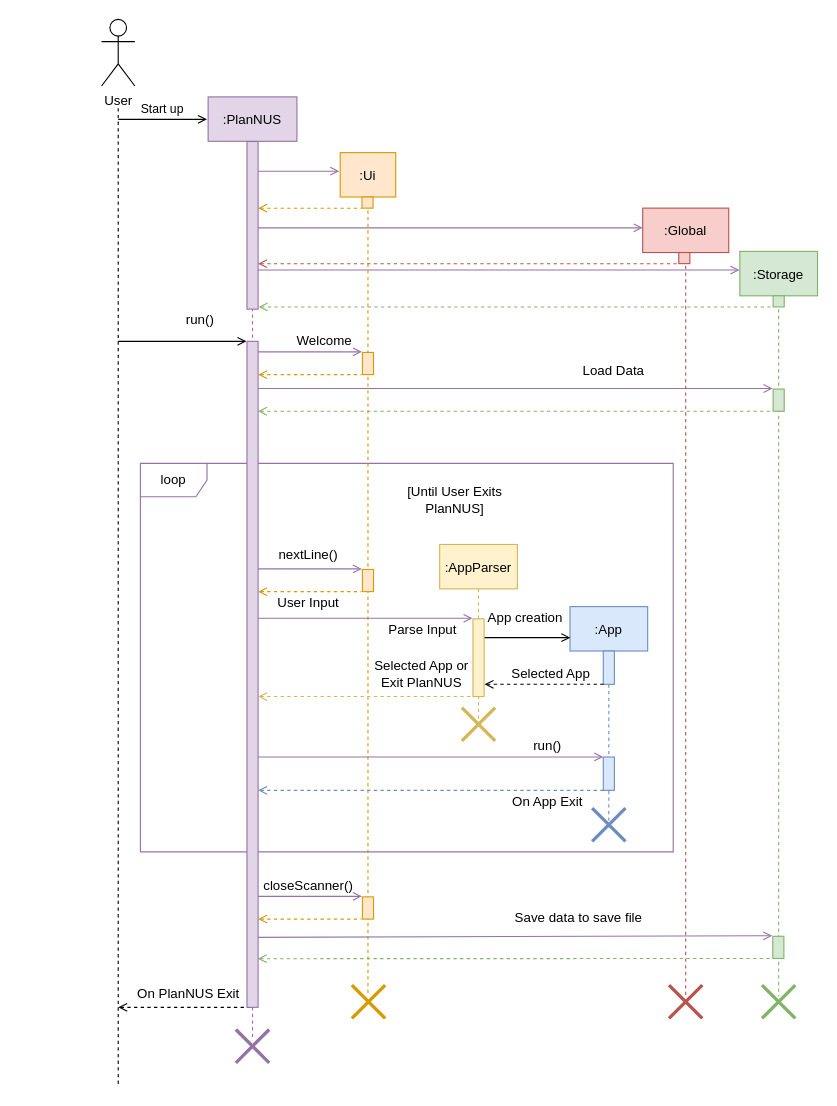
Before: docs/base/Packages Interaction.drawio in vanessa-kang/tp, a draw.io diagram. Source tidied: cells renumbered, new cells numbered last; positions are measured from the earlier drawing's top-left corner, leaving out a move shared by most shapes. Both pictures are drawn from the tidied source at 111%, with x=0, y=0 at pixel (101, 19).
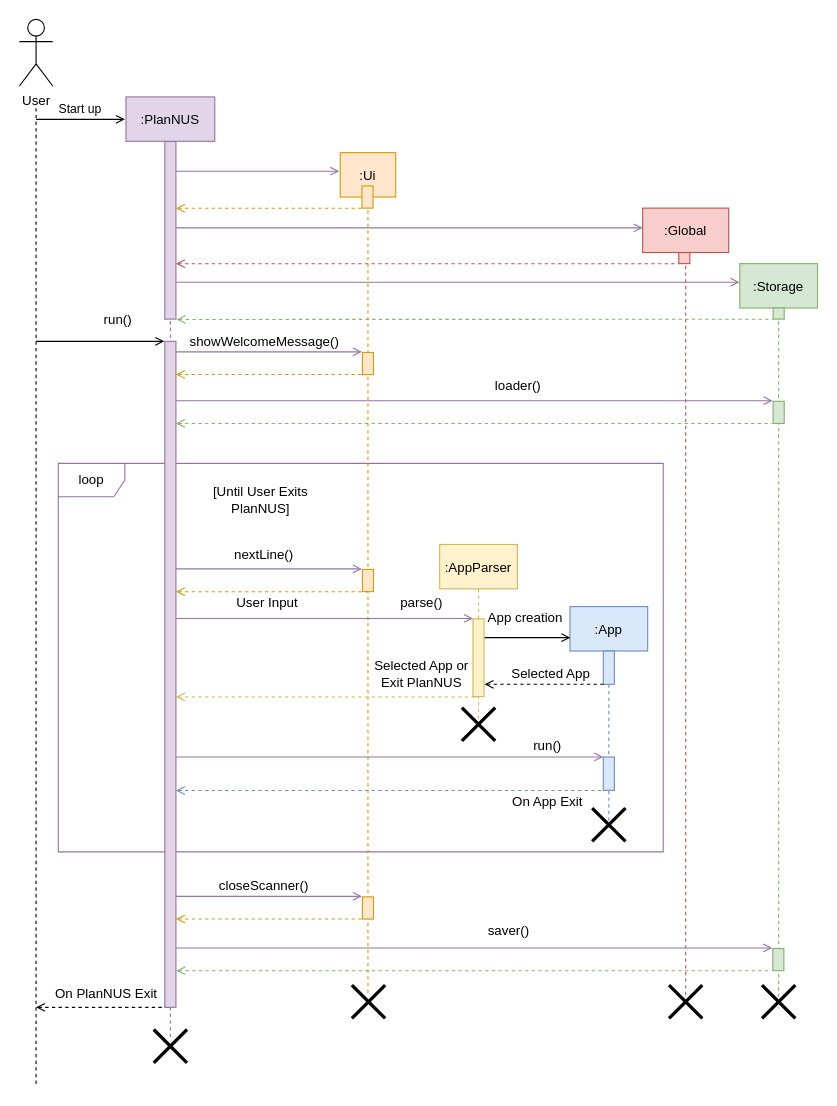
The same page after the edit.

The change refers to these unchanged cells:
```xml
<mxCell id="7" value=":Ui" style="shape=umlLifeline;perimeter=lifelinePerimeter;rounded=0;shadow=0;strokeWidth=1;fillColor=#ffe6cc;strokeColor=#d79b00;" parent="1" vertex="1">
  <mxGeometry x="215" y="120" width="50" height="760" as="geometry" />
</mxCell>
<mxCell id="13" style="points=[];perimeter=orthogonalPerimeter;rounded=0;shadow=0;strokeWidth=1;fillColor=#d5e8d4;strokeColor=#82b366;" parent="12" vertex="1">
  <mxGeometry x="30" y="40" width="10" height="10" as="geometry" />
</mxCell>
<mxCell id="16" style="points=[];perimeter=orthogonalPerimeter;rounded=0;shadow=0;strokeWidth=1;fillColor=#d5e8d4;strokeColor=#82b366;" parent="12" vertex="1">
  <mxGeometry x="29.7" y="617" width="10" height="20" as="geometry" />
</mxCell>
<mxCell id="28" value=":AppParser" style="shape=umlLifeline;perimeter=lifelinePerimeter;rounded=0;shadow=0;strokeWidth=1;fillColor=#fff2cc;strokeColor=#d6b656;" parent="1" vertex="1">
  <mxGeometry x="304.6" y="473" width="70" height="157" as="geometry" />
</mxCell>
<mxCell id="36" style="points=[];perimeter=orthogonalPerimeter;rounded=0;shadow=0;strokeWidth=1;fillColor=#fff2cc;strokeColor=#d6b656;" parent="1" vertex="1">
  <mxGeometry x="334.6" y="540" width="10" height="70" as="geometry" />
</mxCell>
<mxCell id="44" style="points=[];perimeter=orthogonalPerimeter;rounded=0;shadow=0;strokeWidth=1;fillColor=#dae8fc;strokeColor=#6c8ebf;" parent="1" vertex="1">
  <mxGeometry x="452" y="664.5" width="10" height="30" as="geometry" />
</mxCell>
<mxCell id="48" style="points=[];perimeter=orthogonalPerimeter;rounded=0;shadow=0;strokeWidth=1;fillColor=#ffe6cc;strokeColor=#d79b00;" parent="1" vertex="1">
  <mxGeometry x="235" y="495.5" width="10" height="20" as="geometry" />
</mxCell>
<mxCell id="54" style="points=[];perimeter=orthogonalPerimeter;rounded=0;shadow=0;strokeWidth=1;fillColor=#ffe6cc;strokeColor=#d79b00;" parent="1" vertex="1">
  <mxGeometry x="235" y="790.5" width="10" height="20" as="geometry" />
</mxCell>
```

Change to the diagram source:
```diff
@@
     <mxCell id="2" value="loop" style="shape=umlFrame;whiteSpace=wrap;html=1;strokeColor=#9673A6;fillColor=none;fontColor=#000000;" parent="1" vertex="1">
-      <mxGeometry x="35" y="400" width="480" height="350" as="geometry" />
+      <mxGeometry x="-39" y="400" width="545" height="350" as="geometry" />
     </mxCell>
@@
     <mxCell id="5" style="endArrow=none;dashed=1;html=1;" parent="1" edge="1">
       <mxGeometry relative="1" as="geometry">
-        <mxPoint x="15" y="80" as="sourcePoint" />
-        <mxPoint x="15" y="960" as="targetPoint" />
+        <mxPoint x="-59" y="80" as="sourcePoint" />
+        <mxPoint x="-59" y="960" as="targetPoint" />
       </mxGeometry>
     </mxCell>
     <mxCell id="6" value=":PlanNUS" style="shape=umlLifeline;perimeter=lifelinePerimeter;rounded=0;shadow=0;strokeWidth=1;fillColor=#e1d5e7;strokeColor=#9673a6;" parent="1" vertex="1">
-      <mxGeometry x="96" y="69.8" width="80" height="850.2" as="geometry" />
+      <mxGeometry x="22" y="69.8" width="80" height="850.2" as="geometry" />
     </mxCell>
@@
     <mxCell id="8" value="User" style="shape=umlActor;verticalLabelPosition=bottom;verticalAlign=top;html=1;" parent="1" vertex="1">
-      <mxGeometry width="30" height="60" as="geometry" />
+      <mxGeometry x="-74" width="30" height="60" as="geometry" />
     </mxCell>
@@
     <mxCell id="12" value=":Storage" style="shape=umlLifeline;perimeter=lifelinePerimeter;rounded=0;shadow=0;strokeWidth=1;fillColor=#d5e8d4;strokeColor=#82b366;" parent="1" vertex="1">
-      <mxGeometry x="575" y="209" width="70" height="671" as="geometry" />
+      <mxGeometry x="575" y="220" width="70" height="671" as="geometry" />
     </mxCell>
@@
-    <mxCell id="17" style="endArrow=none;html=1;strokeWidth=1;anchorPointDirection=0;endFill=0;entryX=-0.048;entryY=-0.025;entryDx=0;entryDy=0;entryPerimeter=0;endSize=6;startSize=6;snapToPoint=1;startArrow=open;startFill=0;dashed=1;fillColor=#d5e8d4;strokeColor=#82b366;exitX=1.002;exitY=0.896;exitDx=0;exitDy=0;exitPerimeter=0;" parent="12" edge="1">
+    <mxCell id="17" style="endArrow=none;html=1;strokeWidth=1;anchorPointDirection=0;endFill=0;entryX=-0.048;entryY=-0.025;entryDx=0;entryDy=0;entryPerimeter=0;endSize=6;startSize=6;snapToPoint=1;startArrow=open;startFill=0;dashed=1;fillColor=#d5e8d4;strokeColor=#82b366;exitX=1.035;exitY=0.945;exitDx=0;exitDy=0;exitPerimeter=0;" parent="12" edge="1" source="64">
       <mxGeometry relative="1" as="geometry">
-        <mxPoint x="-434.3" y="637.2" as="sourcePoint" />
         <mxPoint x="28.8" y="637" as="targetPoint" />
       </mxGeometry>
     </mxCell>
@@
-    <mxCell id="19" style="endArrow=none;dashed=1;html=1;strokeWidth=1;entryX=-0.003;entryY=1.008;entryDx=0;entryDy=0;entryPerimeter=0;startArrow=open;startFill=0;anchorPointDirection=0;fillColor=#d5e8d4;strokeColor=#82b366;exitX=1.049;exitY=0.987;exitDx=0;exitDy=0;exitPerimeter=0;" parent="1" edge="1" source="20" target="13">
+    <mxCell id="19" style="endArrow=none;dashed=1;html=1;strokeWidth=1;entryX=-0.003;entryY=1.008;entryDx=0;entryDy=0;entryPerimeter=0;startArrow=open;startFill=0;anchorPointDirection=0;fillColor=#d5e8d4;strokeColor=#82b366;exitX=1.057;exitY=1.002;exitDx=0;exitDy=0;exitPerimeter=0;" parent="1" edge="1" source="20" target="13">
       <mxGeometry relative="1" as="geometry" />
     </mxCell>
     <mxCell id="20" style="points=[];perimeter=orthogonalPerimeter;rounded=0;shadow=0;strokeWidth=1;fillColor=#E1D5E7;strokeColor=#9673A6;fontColor=#9673A6;" parent="1" vertex="1">
-      <mxGeometry x="131" y="110" width="10" height="151" as="geometry" />
+      <mxGeometry x="57" y="110" width="10" height="160" as="geometry" />
     </mxCell>
     <mxCell id="21" value="Start up" style="verticalAlign=bottom;startArrow=none;endArrow=open;startSize=8;shadow=0;strokeWidth=1;startFill=0;endFill=0;labelBackgroundColor=none;" parent="1" edge="1">
-      <mxGeometry x="250" y="91" as="geometry">
-        <mxPoint x="15" y="90" as="sourcePoint" />
-        <mxPoint x="95" y="90" as="targetPoint" />
+      <mxGeometry x="195" y="91" as="geometry">
+        <mxPoint x="-59" y="90" as="sourcePoint" />
+        <mxPoint x="21" y="90" as="targetPoint" />
       </mxGeometry>
     </mxCell>
     <mxCell id="22" style="endArrow=open;html=1;strokeWidth=1;entryX=-0.045;entryY=0;entryDx=0;entryDy=0;entryPerimeter=0;arcSize=20;endFill=0;fillColor=#e1d5e7;" parent="1" edge="1" target="64">
       <mxGeometry relative="1" as="geometry">
-        <mxPoint x="15" y="290" as="sourcePoint" />
+        <mxPoint x="-59" y="290" as="sourcePoint" />
       </mxGeometry>
     </mxCell>
-    <mxCell id="23" style="endArrow=none;html=1;strokeWidth=1;anchorPointDirection=0;endFill=0;entryX=-0.048;entryY=-0.025;entryDx=0;entryDy=0;entryPerimeter=0;endSize=6;startSize=6;snapToPoint=1;startArrow=open;startFill=0;dashed=1;fillColor=#ffe6cc;strokeColor=#d79b00;" parent="1" edge="1" source="64">
-      <mxGeometry relative="1" as="geometry">
-        <mxPoint x="234.1" y="320" as="targetPoint" />
-      </mxGeometry>
+    <mxCell id="23" style="endArrow=none;html=1;strokeWidth=1;anchorPointDirection=0;endFill=0;entryX=0.536;entryY=0.263;entryDx=0;entryDy=0;entryPerimeter=0;endSize=6;startSize=6;snapToPoint=1;startArrow=open;startFill=0;dashed=1;fillColor=#ffe6cc;strokeColor=#d79b00;" parent="1" edge="1" source="64" target="7">
+      <mxGeometry relative="1" as="geometry" />
     </mxCell>
-    <mxCell id="24" value="Welcome" style="text;html=1;strokeColor=none;fillColor=none;align=center;verticalAlign=middle;whiteSpace=wrap;rounded=0;" parent="1" vertex="1">
-      <mxGeometry x="176" y="280" width="50" height="20" as="geometry" />
+    <mxCell id="24" value="showWelcomeMessage()" style="text;html=1;strokeColor=none;fillColor=none;align=center;verticalAlign=middle;whiteSpace=wrap;rounded=0;" parent="1" vertex="1">
+      <mxGeometry x="67" y="281" width="159.5" height="20" as="geometry" />
     </mxCell>
-    <mxCell id="25" value="Load Data" style="text;html=1;strokeColor=none;fillColor=none;align=center;verticalAlign=middle;whiteSpace=wrap;rounded=0;" parent="1" vertex="1">
-      <mxGeometry x="431" y="307" width="61" height="20" as="geometry" />
+    <mxCell id="25" value="loader()" style="text;html=1;strokeColor=none;fillColor=none;align=center;verticalAlign=middle;whiteSpace=wrap;rounded=0;" parent="1" vertex="1">
+      <mxGeometry x="344.6" y="320" width="61" height="20" as="geometry" />
     </mxCell>
     <mxCell id="26" value="nextLine()" style="text;html=1;strokeColor=none;fillColor=none;align=center;verticalAlign=middle;whiteSpace=wrap;rounded=0;" parent="1" vertex="1">
-      <mxGeometry x="158" y="473" width="57" height="20" as="geometry" />
+      <mxGeometry x="118.2" y="473" width="57" height="20" as="geometry" />
     </mxCell>
     <mxCell id="27" value="User Input" style="text;html=1;strokeColor=none;fillColor=none;align=center;verticalAlign=middle;whiteSpace=wrap;rounded=0;" parent="1" vertex="1">
-      <mxGeometry x="155" y="515.5" width="63" height="20" as="geometry" />
+      <mxGeometry x="118.2" y="515.5" width="63" height="20" as="geometry" />
     </mxCell>
@@
-    <mxCell id="29" value="Parse Input" style="text;html=1;strokeColor=none;fillColor=none;align=center;verticalAlign=middle;whiteSpace=wrap;rounded=0;" parent="1" vertex="1">
-      <mxGeometry x="255.5" y="540" width="67" height="20" as="geometry" />
+    <mxCell id="29" value="parse()" style="text;html=1;strokeColor=none;fillColor=none;align=center;verticalAlign=middle;whiteSpace=wrap;rounded=0;" parent="1" vertex="1">
+      <mxGeometry x="255" y="515.5" width="67" height="20" as="geometry" />
     </mxCell>
@@
-    <mxCell id="31" style="endArrow=open;html=1;strokeWidth=1;anchorPointDirection=0;endFill=0;endSize=6;startSize=6;snapToPoint=1;fillColor=#e1d5e7;strokeColor=#9673a6;" parent="1" edge="1" source="64">
-      <mxGeometry relative="1" as="geometry">
-        <mxPoint x="334.2" y="539.5" as="targetPoint" />
-      </mxGeometry>
+    <mxCell id="31" style="endArrow=open;html=1;strokeWidth=1;anchorPointDirection=0;endFill=0;endSize=6;startSize=6;snapToPoint=1;fillColor=#e1d5e7;strokeColor=#9673a6;entryX=0.003;entryY=-0.005;entryDx=0;entryDy=0;entryPerimeter=0;" parent="1" edge="1" source="64" target="36">
+      <mxGeometry relative="1" as="geometry" />
     </mxCell>
@@
-    <mxCell id="37" style="endArrow=none;html=1;strokeWidth=1;anchorPointDirection=0;endFill=0;entryX=-0.048;entryY=-0.025;entryDx=0;entryDy=0;entryPerimeter=0;endSize=6;startSize=6;snapToPoint=1;startArrow=open;startFill=0;dashed=1;fillColor=#fff2cc;strokeColor=#d6b656;" parent="1" edge="1" source="64">
-      <mxGeometry x="430" y="420" as="geometry">
-        <mxPoint x="333.8" y="610" as="targetPoint" />
-      </mxGeometry>
+    <mxCell id="37" style="endArrow=none;html=1;strokeWidth=1;anchorPointDirection=0;endFill=0;entryX=0.491;entryY=0.875;entryDx=0;entryDy=0;entryPerimeter=0;endSize=6;startSize=6;snapToPoint=1;startArrow=open;startFill=0;dashed=1;fillColor=#fff2cc;strokeColor=#d6b656;" parent="1" edge="1" source="64" target="28">
+      <mxGeometry x="375" y="420" as="geometry" />
     </mxCell>
@@
-    <mxCell id="39" style="endArrow=none;html=1;strokeWidth=1;anchorPointDirection=0;endFill=0;entryX=-0.048;entryY=-0.025;entryDx=0;entryDy=0;entryPerimeter=0;endSize=6;startSize=6;snapToPoint=1;startArrow=open;startFill=0;dashed=1;fillColor=#dae8fc;strokeColor=#6c8ebf;" parent="1" edge="1" source="64">
-      <mxGeometry relative="1" as="geometry">
-        <mxPoint x="453.3" y="694.5" as="targetPoint" />
-      </mxGeometry>
+    <mxCell id="39" style="endArrow=none;html=1;strokeWidth=1;anchorPointDirection=0;endFill=0;entryX=0.6;entryY=1.006;entryDx=0;entryDy=0;entryPerimeter=0;endSize=6;startSize=6;snapToPoint=1;startArrow=open;startFill=0;dashed=1;fillColor=#dae8fc;strokeColor=#6c8ebf;" parent="1" edge="1" source="64" target="44">
+      <mxGeometry relative="1" as="geometry" />
     </mxCell>
@@
     <mxCell id="43" style="endArrow=none;html=1;strokeWidth=1;anchorPointDirection=0;endFill=0;entryX=-0.048;entryY=-0.025;entryDx=0;entryDy=0;entryPerimeter=0;endSize=6;startSize=6;snapToPoint=1;startArrow=open;startFill=0;dashed=1;" parent="1" edge="1">
-      <mxGeometry x="547" y="549" as="geometry">
+      <mxGeometry x="566" y="549" as="geometry">
         <mxPoint x="345" y="599" as="sourcePoint" />
         <mxPoint x="453.6" y="599" as="targetPoint" />
       </mxGeometry>
     </mxCell>
@@
-    <mxCell id="45" style="shape=umlDestroy;whiteSpace=wrap;html=1;strokeWidth=3;fillColor=#fff2cc;strokeColor=#d6b656;" parent="1" vertex="1">
+    <mxCell id="45" style="shape=umlDestroy;whiteSpace=wrap;html=1;strokeWidth=3;fillColor=#fff2cc;" parent="1" vertex="1">
       <mxGeometry x="324.6" y="620" width="30" height="30" as="geometry" />
     </mxCell>
     <mxCell id="46" style="points=[];perimeter=orthogonalPerimeter;rounded=0;shadow=0;strokeWidth=1;fillColor=#ffe6cc;strokeColor=#d79b00;" parent="1" vertex="1">
-      <mxGeometry x="234.6" y="160" width="10" height="10" as="geometry" />
+      <mxGeometry x="234.6" y="150" width="10" height="20" as="geometry" />
     </mxCell>
@@
     <mxCell id="49" style="endArrow=open;html=1;strokeWidth=1;anchorPointDirection=0;endFill=0;entryX=-0.048;entryY=-0.025;entryDx=0;entryDy=0;entryPerimeter=0;endSize=6;startSize=6;snapToPoint=1;fillColor=#e1d5e7;strokeColor=#9673a6;" parent="1" edge="1" source="64" target="48">
-      <mxGeometry x="340" y="110" as="geometry" />
+      <mxGeometry x="285" y="110" as="geometry" />
     </mxCell>
-    <mxCell id="50" style="endArrow=none;html=1;strokeWidth=1;anchorPointDirection=0;endFill=0;entryX=-0.048;entryY=-0.025;entryDx=0;entryDy=0;entryPerimeter=0;endSize=6;startSize=6;snapToPoint=1;startArrow=open;startFill=0;dashed=1;fillColor=#ffe6cc;strokeColor=#d79b00;" parent="1" edge="1" source="64">
-      <mxGeometry x="340" y="110" as="geometry">
-        <mxPoint x="234.1" y="515.5" as="targetPoint" />
-      </mxGeometry>
+    <mxCell id="50" style="endArrow=none;html=1;strokeWidth=1;anchorPointDirection=0;endFill=0;entryX=0.522;entryY=1.003;entryDx=0;entryDy=0;entryPerimeter=0;endSize=6;startSize=6;snapToPoint=1;startArrow=open;startFill=0;dashed=1;fillColor=#ffe6cc;strokeColor=#d79b00;" parent="1" edge="1" source="64" target="48">
+      <mxGeometry x="285" y="110" as="geometry" />
     </mxCell>
-    <mxCell id="51" style="shape=umlDestroy;whiteSpace=wrap;html=1;strokeWidth=3;fillColor=#dae8fc;strokeColor=#6c8ebf;" parent="1" vertex="1">
+    <mxCell id="51" style="shape=umlDestroy;whiteSpace=wrap;html=1;strokeWidth=3;fillColor=#dae8fc;" parent="1" vertex="1">
       <mxGeometry x="442" y="710.5" width="30" height="30" as="geometry" />
     </mxCell>
     <mxCell id="52" value="[Until User Exits PlanNUS]" style="text;html=1;strokeColor=none;fillColor=none;align=center;verticalAlign=middle;whiteSpace=wrap;rounded=0;fontColor=#000000;" parent="1" vertex="1">
-      <mxGeometry x="251.6" y="400" width="133.4" height="65" as="geometry" />
+      <mxGeometry x="77" y="400" width="133.4" height="65" as="geometry" />
     </mxCell>
     <mxCell id="53" value="closeScanner()" style="text;html=1;strokeColor=none;fillColor=none;align=center;verticalAlign=middle;whiteSpace=wrap;rounded=0;" parent="1" vertex="1">
-      <mxGeometry x="158" y="770.5" width="57" height="20" as="geometry" />
+      <mxGeometry x="118.2" y="770.5" width="57" height="20" as="geometry" />
     </mxCell>
@@
     <mxCell id="55" style="endArrow=open;html=1;strokeWidth=1;anchorPointDirection=0;endFill=0;entryX=-0.048;entryY=-0.025;entryDx=0;entryDy=0;entryPerimeter=0;endSize=6;startSize=6;snapToPoint=1;fillColor=#e1d5e7;strokeColor=#9673a6;" parent="1" edge="1" source="6" target="54">
-      <mxGeometry x="340" y="405" as="geometry" />
+      <mxGeometry x="285" y="405" as="geometry" />
     </mxCell>
-    <mxCell id="56" style="endArrow=none;html=1;strokeWidth=1;anchorPointDirection=0;endFill=0;entryX=-0.048;entryY=-0.025;entryDx=0;entryDy=0;entryPerimeter=0;endSize=6;startSize=6;snapToPoint=1;startArrow=open;startFill=0;dashed=1;fillColor=#ffe6cc;strokeColor=#d79b00;" parent="1" edge="1" source="64">
-      <mxGeometry x="340" y="405" as="geometry">
-        <mxPoint x="234.1" y="810.5" as="targetPoint" />
-      </mxGeometry>
+    <mxCell id="56" style="endArrow=none;html=1;strokeWidth=1;anchorPointDirection=0;endFill=0;endSize=6;startSize=6;snapToPoint=1;startArrow=open;startFill=0;dashed=1;fillColor=#ffe6cc;strokeColor=#d79b00;entryX=-0.021;entryY=0.999;entryDx=0;entryDy=0;entryPerimeter=0;" parent="1" edge="1" source="64" target="54">
+      <mxGeometry x="285" y="405" as="geometry" />
     </mxCell>
-    <mxCell id="57" value="Save data to save file" style="text;html=1;strokeColor=none;fillColor=none;align=center;verticalAlign=middle;whiteSpace=wrap;rounded=0;" parent="1" vertex="1">
-      <mxGeometry x="368" y="800" width="124" height="20" as="geometry" />
+    <mxCell id="57" value="saver()" style="text;html=1;strokeColor=none;fillColor=none;align=center;verticalAlign=middle;whiteSpace=wrap;rounded=0;" parent="1" vertex="1">
+      <mxGeometry x="304.6" y="810.5" width="124" height="20" as="geometry" />
     </mxCell>
@@
-    <mxCell id="61" style="shape=umlDestroy;whiteSpace=wrap;html=1;strokeWidth=3;fillColor=#ffe6cc;strokeColor=#d79b00;" parent="1" vertex="1">
+    <mxCell id="61" style="shape=umlDestroy;whiteSpace=wrap;html=1;strokeWidth=3;fillColor=#f5f5f5;fontColor=#333333;" parent="1" vertex="1">
       <mxGeometry x="225.5" y="870" width="30" height="30" as="geometry" />
     </mxCell>
     <mxCell id="62" style="endArrow=none;html=1;strokeWidth=1;anchorPointDirection=0;endFill=0;entryX=0.51;entryY=1;entryDx=0;entryDy=0;entryPerimeter=0;endSize=6;startSize=6;snapToPoint=1;startArrow=open;startFill=0;dashed=1;" parent="1" edge="1" target="64">
-      <mxGeometry x="267.4" y="594.3" as="geometry">
-        <mxPoint x="15" y="890" as="sourcePoint" />
+      <mxGeometry x="212.4" y="594.3" as="geometry">
+        <mxPoint x="-59" y="890" as="sourcePoint" />
       </mxGeometry>
     </mxCell>
-    <mxCell id="63" style="endArrow=open;html=1;strokeWidth=1;anchorPointDirection=0;endFill=0;entryX=-0.048;entryY=-0.025;entryDx=0;entryDy=0;entryPerimeter=0;endSize=6;startSize=6;snapToPoint=1;exitX=0.034;exitY=0.869;exitDx=0;exitDy=0;exitPerimeter=0;fillColor=#e1d5e7;strokeColor=#9673a6;" parent="1" edge="1" target="16">
-      <mxGeometry relative="1" as="geometry">
-        <mxPoint x="131" y="827" as="sourcePoint" />
-      </mxGeometry>
+    <mxCell id="63" style="endArrow=open;html=1;strokeWidth=1;anchorPointDirection=0;endFill=0;entryX=-0.048;entryY=-0.025;entryDx=0;entryDy=0;entryPerimeter=0;endSize=6;startSize=6;snapToPoint=1;fillColor=#e1d5e7;strokeColor=#9673a6;" parent="1" edge="1" source="6" target="16">
+      <mxGeometry relative="1" as="geometry" />
     </mxCell>
     <mxCell id="64" style="points=[];perimeter=orthogonalPerimeter;rounded=0;shadow=0;strokeWidth=1;fillColor=#e1d5e7;strokeColor=#9673a6;" parent="1" vertex="1">
-      <mxGeometry x="131" y="290" width="10" height="600" as="geometry" />
+      <mxGeometry x="57" y="290" width="10" height="600" as="geometry" />
     </mxCell>
-    <mxCell id="65" style="shape=umlDestroy;whiteSpace=wrap;html=1;strokeWidth=3;fillColor=#f8cecc;strokeColor=#b85450;" parent="1" vertex="1">
+    <mxCell id="65" style="shape=umlDestroy;whiteSpace=wrap;html=1;strokeWidth=3;fillColor=#f8cecc;" parent="1" vertex="1">
       <mxGeometry x="511.2" y="870" width="30" height="30" as="geometry" />
     </mxCell>
-    <mxCell id="66" style="shape=umlDestroy;whiteSpace=wrap;html=1;strokeWidth=3;fillColor=#d5e8d4;strokeColor=#82b366;" parent="1" vertex="1">
+    <mxCell id="66" style="shape=umlDestroy;whiteSpace=wrap;html=1;strokeWidth=3;fillColor=#d5e8d4;" parent="1" vertex="1">
       <mxGeometry x="595" y="870" width="30" height="30" as="geometry" />
     </mxCell>
     <mxCell id="67" value="On PlanNUS Exit" style="text;html=1;strokeColor=none;fillColor=none;align=center;verticalAlign=middle;whiteSpace=wrap;rounded=0;fontColor=#000000;" parent="1" vertex="1">
-      <mxGeometry x="24.5" y="870" width="106.5" height="15" as="geometry" />
+      <mxGeometry x="-49.5" y="870" width="106.5" height="15" as="geometry" />
     </mxCell>
-    <mxCell id="68" style="shape=umlDestroy;whiteSpace=wrap;html=1;strokeWidth=3;fillColor=#e1d5e7;strokeColor=#9673a6;" parent="1" vertex="1">
-      <mxGeometry x="121" y="910" width="30" height="30" as="geometry" />
+    <mxCell id="68" style="shape=umlDestroy;whiteSpace=wrap;html=1;strokeWidth=3;fillColor=#e1d5e7;" parent="1" vertex="1">
+      <mxGeometry x="47" y="910" width="30" height="30" as="geometry" />
     </mxCell>
     <mxCell id="69" value="run()" style="text;html=1;strokeColor=none;fillColor=none;align=center;verticalAlign=middle;whiteSpace=wrap;rounded=0;" parent="1" vertex="1">
-      <mxGeometry x="63.5" y="261" width="50" height="20" as="geometry" />
+      <mxGeometry x="-10.5" y="261" width="50" height="20" as="geometry" />
     </mxCell>
```
